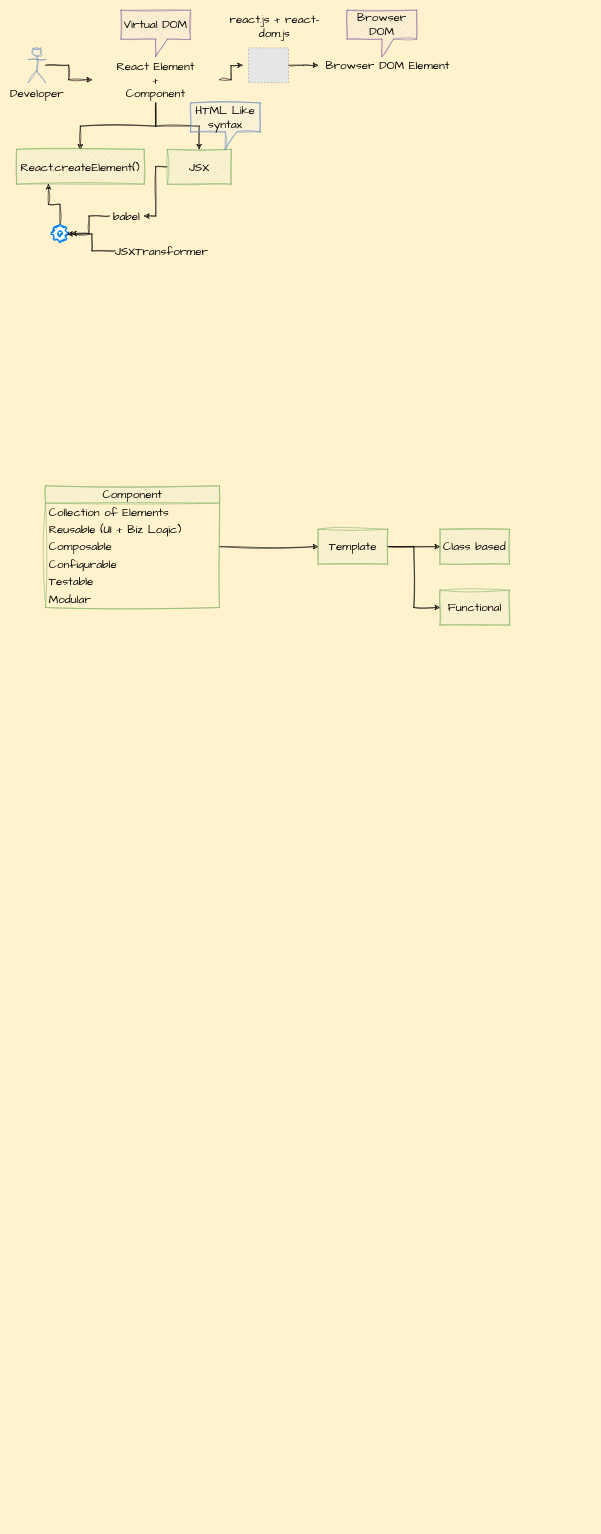
Above: Supporting Docs/React_Synechron_July23.drawio in SumeetWajpe/Synechron_React_July_2023 (draw.io), before the change. Source tidied: cells renumbered, new cells numbered last; positions are measured from the earlier drawing's top-left corner, leaving out a move shared by most shapes. Both pictures are drawn from the tidied source at 58%, with x=0, y=0 at pixel (16, 10). Pictures stored in the file or linked from it are replaced by grey dashed boxes.
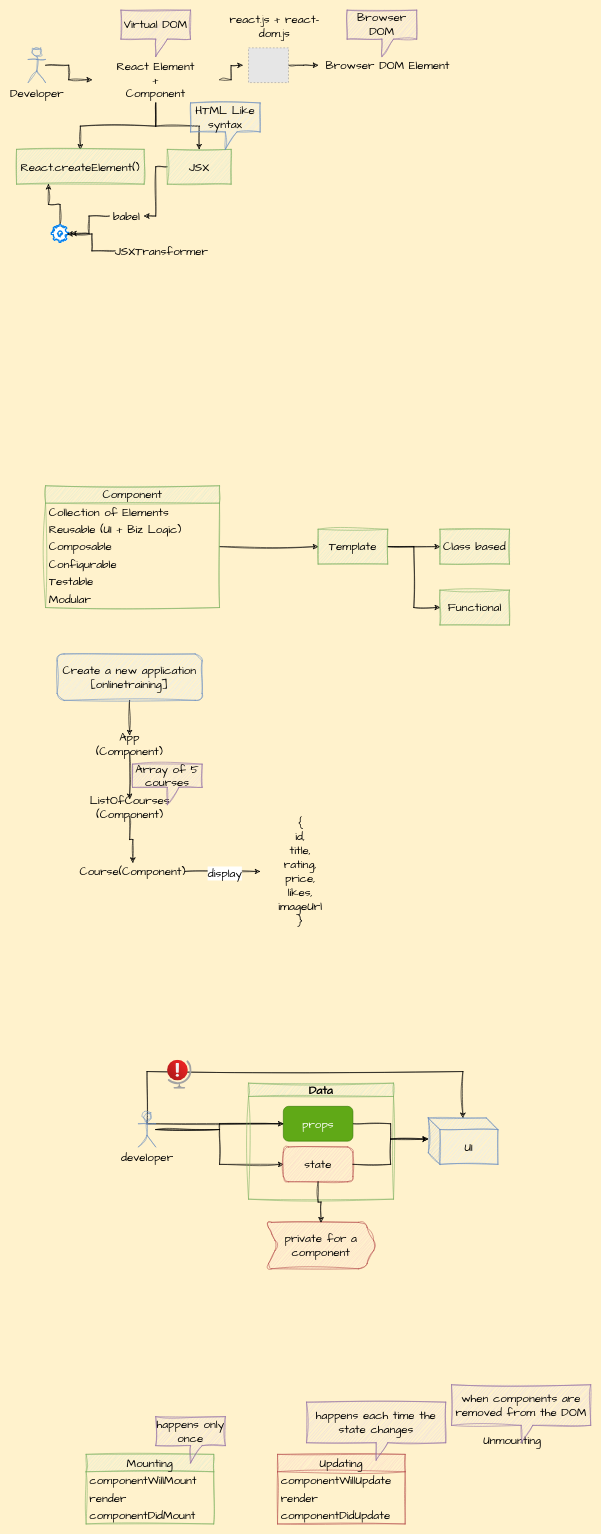
The same diagram, later.

What changed in the source:
```diff
@@
+    <mxCell id="37" style="edgeStyle=orthogonalEdgeStyle;rounded=0;sketch=1;hachureGap=4;jiggle=2;curveFitting=1;jettySize=auto;html=1;fontFamily=Architects Daughter;fontSize=16;" parent="1" edge="1" source="38" target="40">
+      <mxGeometry relative="1" as="geometry" />
+    </mxCell>
+    <mxCell id="38" value="Create a new application [onlinetraining]" style="rounded=1;whiteSpace=wrap;html=1;sketch=1;hachureGap=4;jiggle=2;curveFitting=1;fontFamily=Architects Daughter;fontSize=20;fillColor=#dae8fc;strokeColor=#6c8ebf;" parent="1" vertex="1">
+      <mxGeometry x="70" y="1110" width="250" height="80" as="geometry" />
+    </mxCell>
+    <mxCell id="39" style="edgeStyle=orthogonalEdgeStyle;rounded=0;sketch=1;hachureGap=4;jiggle=2;curveFitting=1;jettySize=auto;html=1;fontFamily=Architects Daughter;fontSize=16;" parent="1" edge="1" source="40" target="42">
+      <mxGeometry relative="1" as="geometry" />
+    </mxCell>
+    <mxCell id="40" value="App (Component)" style="text;html=1;strokeColor=none;fillColor=none;align=center;verticalAlign=middle;whiteSpace=wrap;rounded=0;fontSize=20;fontFamily=Architects Daughter;" parent="1" vertex="1">
+      <mxGeometry x="165" y="1250" width="60" height="30" as="geometry" />
+    </mxCell>
+    <mxCell id="41" style="edgeStyle=orthogonalEdgeStyle;rounded=0;sketch=1;hachureGap=4;jiggle=2;curveFitting=1;jettySize=auto;html=1;fontFamily=Architects Daughter;fontSize=16;" parent="1" edge="1" source="42" target="46">
+      <mxGeometry relative="1" as="geometry" />
+    </mxCell>
+    <mxCell id="42" value="ListOfCourses (Component)" style="text;html=1;strokeColor=none;fillColor=none;align=center;verticalAlign=middle;whiteSpace=wrap;rounded=0;fontSize=20;fontFamily=Architects Daughter;" parent="1" vertex="1">
+      <mxGeometry x="162.5" y="1360" width="65" height="30" as="geometry" />
+    </mxCell>
+    <mxCell id="43" value="Array of 5 courses" style="shape=callout;whiteSpace=wrap;html=1;perimeter=calloutPerimeter;sketch=1;hachureGap=4;jiggle=2;curveFitting=1;fontFamily=Architects Daughter;fontSize=20;fillColor=#e1d5e7;strokeColor=#9673a6;" parent="1" vertex="1">
+      <mxGeometry x="200" y="1300" width="120" height="70" as="geometry" />
+    </mxCell>
+    <mxCell id="44" style="edgeStyle=orthogonalEdgeStyle;rounded=0;sketch=1;hachureGap=4;jiggle=2;curveFitting=1;jettySize=auto;html=1;fontFamily=Architects Daughter;fontSize=16;" parent="1" edge="1" source="46" target="47">
+      <mxGeometry relative="1" as="geometry" />
+    </mxCell>
+    <mxCell id="45" value="display" style="edgeLabel;html=1;align=center;verticalAlign=middle;fontSize=20;fontFamily=Architects Daughter;" parent="44" vertex="1">
+      <mxGeometry x="0.05" y="-2" relative="1" as="geometry" />
+    </mxCell>
+    <mxCell id="46" value="Course(Component)" style="text;html=1;strokeColor=none;fillColor=none;align=center;verticalAlign=middle;whiteSpace=wrap;rounded=0;fontSize=20;fontFamily=Architects Daughter;" parent="1" vertex="1">
+      <mxGeometry x="111.2" y="1470" width="178.8" height="30" as="geometry" />
+    </mxCell>
+    <mxCell id="47" value="{&lt;br&gt;id,&lt;br&gt;title,&lt;br&gt;rating,&lt;br&gt;price,&lt;br&gt;likes,&lt;br&gt;imageUrl&lt;br&gt;}" style="text;html=1;strokeColor=none;fillColor=none;align=center;verticalAlign=middle;whiteSpace=wrap;rounded=0;fontSize=20;fontFamily=Architects Daughter;" parent="1" vertex="1">
+      <mxGeometry x="420" y="1410" width="138.8" height="150" as="geometry" />
+    </mxCell>
+    <mxCell id="48" style="edgeStyle=orthogonalEdgeStyle;rounded=0;sketch=1;hachureGap=4;jiggle=2;curveFitting=1;jettySize=auto;html=1;fontFamily=Architects Daughter;fontSize=16;" parent="1" edge="1" source="51" target="57">
+      <mxGeometry relative="1" as="geometry" />
+    </mxCell>
+    <mxCell id="49" style="edgeStyle=orthogonalEdgeStyle;rounded=0;sketch=1;hachureGap=4;jiggle=2;curveFitting=1;jettySize=auto;html=1;entryX=0;entryY=0.5;entryDx=0;entryDy=0;fontFamily=Architects Daughter;fontSize=16;" parent="1" edge="1" source="51" target="53">
+      <mxGeometry relative="1" as="geometry" />
+    </mxCell>
+    <mxCell id="50" style="edgeStyle=orthogonalEdgeStyle;rounded=0;sketch=1;hachureGap=4;jiggle=2;curveFitting=1;jettySize=auto;html=1;entryX=0.497;entryY=-0.001;entryDx=0;entryDy=0;entryPerimeter=0;fontFamily=Architects Daughter;fontSize=16;" parent="1" edge="1" source="57" target="54">
+      <mxGeometry relative="1" as="geometry">
+        <Array as="points">
+          <mxPoint x="225" y="1920" />
+          <mxPoint x="225" y="1830" />
+          <mxPoint x="770" y="1830" />
+        </Array>
+      </mxGeometry>
+    </mxCell>
+    <mxCell id="51" value="developer" style="shape=umlActor;verticalLabelPosition=bottom;verticalAlign=top;html=1;outlineConnect=0;sketch=1;hachureGap=4;jiggle=2;curveFitting=1;fontFamily=Architects Daughter;fontSize=20;fillColor=#dae8fc;strokeColor=#6c8ebf;" parent="1" vertex="1">
+      <mxGeometry x="210" y="1900" width="30" height="60" as="geometry" />
+    </mxCell>
+    <mxCell id="52" value="Data" style="swimlane;whiteSpace=wrap;html=1;sketch=1;hachureGap=4;jiggle=2;curveFitting=1;fontFamily=Architects Daughter;fontSize=20;fillColor=#d5e8d4;strokeColor=#82b366;" parent="1" vertex="1">
+      <mxGeometry x="400" y="1850" width="250" height="200" as="geometry" />
+    </mxCell>
+    <mxCell id="53" value="state" style="rounded=1;whiteSpace=wrap;html=1;sketch=1;hachureGap=4;jiggle=2;curveFitting=1;fontFamily=Architects Daughter;fontSize=20;fillColor=#f8cecc;strokeColor=#b85450;" parent="52" vertex="1">
+      <mxGeometry x="60" y="110" width="120" height="60" as="geometry" />
+    </mxCell>
+    <mxCell id="54" value="UI" style="shape=cube;whiteSpace=wrap;html=1;boundedLbl=1;backgroundOutline=1;darkOpacity=0.05;darkOpacity2=0.1;sketch=1;hachureGap=4;jiggle=2;curveFitting=1;fontFamily=Architects Daughter;fontSize=20;fillColor=#dae8fc;strokeColor=#6c8ebf;" parent="1" vertex="1">
+      <mxGeometry x="710" y="1910" width="120" height="80" as="geometry" />
+    </mxCell>
+    <mxCell id="55" style="edgeStyle=orthogonalEdgeStyle;rounded=0;sketch=1;hachureGap=4;jiggle=2;curveFitting=1;jettySize=auto;html=1;entryX=-0.009;entryY=0.46;entryDx=0;entryDy=0;entryPerimeter=0;fontFamily=Architects Daughter;fontSize=16;" parent="1" edge="1" source="57" target="54">
+      <mxGeometry relative="1" as="geometry" />
+    </mxCell>
+    <mxCell id="56" style="edgeStyle=orthogonalEdgeStyle;rounded=0;sketch=1;hachureGap=4;jiggle=2;curveFitting=1;jettySize=auto;html=1;entryX=-0.003;entryY=0.451;entryDx=0;entryDy=0;entryPerimeter=0;fontFamily=Architects Daughter;fontSize=16;" parent="1" edge="1" source="53" target="54">
+      <mxGeometry relative="1" as="geometry" />
+    </mxCell>
+    <mxCell id="57" value="props" style="rounded=1;whiteSpace=wrap;html=1;hachureGap=4;fontFamily=Architects Daughter;fontSize=20;fillColor=#60a917;strokeColor=#2D7600;fontColor=#ffffff;" parent="1" vertex="1">
+      <mxGeometry x="460" y="1890" width="120" height="60" as="geometry" />
+    </mxCell>
+    <mxCell id="58" style="image;html=1;align=center;fontSize=12;image=img/lib/azure2/general/Globe_Error.svg;sketch=1;hachureGap=4;jiggle=2;curveFitting=1;fontFamily=Architects Daughter;" parent="1" vertex="1">
+      <mxGeometry x="260" y="1810" width="42.4" height="50" as="geometry" />
+    </mxCell>
+    <mxCell id="59" value="private for a component" style="shape=step;perimeter=stepPerimeter;whiteSpace=wrap;html=1;fixedSize=1;fontSize=20;fontFamily=Architects Daughter;fillColor=#f8cecc;strokeColor=#b85450;rounded=1;sketch=1;hachureGap=4;jiggle=2;curveFitting=1;" parent="1" vertex="1">
+      <mxGeometry x="430" y="2090" width="190" height="80" as="geometry" />
+    </mxCell>
+    <mxCell id="60" style="edgeStyle=orthogonalEdgeStyle;rounded=0;sketch=1;hachureGap=4;jiggle=2;curveFitting=1;jettySize=auto;html=1;fontFamily=Architects Daughter;fontSize=16;" parent="1" edge="1" source="53" target="59">
+      <mxGeometry relative="1" as="geometry" />
+    </mxCell>
+    <mxCell id="61" value="Unmounting" style="text;html=1;strokeColor=none;fillColor=none;align=center;verticalAlign=middle;whiteSpace=wrap;rounded=0;fontSize=20;fontFamily=Architects Daughter;" parent="1" vertex="1">
+      <mxGeometry x="790" y="2450" width="130" height="30" as="geometry" />
+    </mxCell>
+    <mxCell id="62" value="Mounting" style="swimlane;fontStyle=0;horizontal=1;startSize=30;whiteSpace=wrap;html=1;sketch=1;hachureGap=4;jiggle=2;curveFitting=1;fontFamily=Architects Daughter;fontSize=20;fillColor=#d5e8d4;strokeColor=#82b366;" parent="1" vertex="1">
+      <mxGeometry x="120" y="2490" width="220" height="120" as="geometry" />
+    </mxCell>
+    <mxCell id="63" value="componentWillMount" style="text;strokeColor=none;fillColor=none;align=left;verticalAlign=middle;spacingLeft=4;spacingRight=4;overflow=hidden;whiteSpace=wrap;html=1;fontSize=20;fontFamily=Architects Daughter;" parent="62" vertex="1">
+      <mxGeometry y="30" width="220" height="30" as="geometry" />
+    </mxCell>
+    <mxCell id="64" value="render" style="text;strokeColor=none;fillColor=none;align=left;verticalAlign=middle;spacingLeft=4;spacingRight=4;overflow=hidden;whiteSpace=wrap;html=1;fontSize=20;fontFamily=Architects Daughter;" parent="62" vertex="1">
+      <mxGeometry y="60" width="220" height="30" as="geometry" />
+    </mxCell>
+    <mxCell id="65" value="componentDidMount" style="text;strokeColor=none;fillColor=none;align=left;verticalAlign=middle;spacingLeft=4;spacingRight=4;overflow=hidden;whiteSpace=wrap;html=1;fontSize=20;fontFamily=Architects Daughter;" parent="62" vertex="1">
+      <mxGeometry y="90" width="220" height="30" as="geometry" />
+    </mxCell>
+    <mxCell id="66" value="Updating" style="swimlane;fontStyle=0;horizontal=1;startSize=30;whiteSpace=wrap;html=1;sketch=1;hachureGap=4;jiggle=2;curveFitting=1;fontFamily=Architects Daughter;fontSize=20;fillColor=#f8cecc;strokeColor=#b85450;" parent="1" vertex="1">
+      <mxGeometry x="450" y="2490" width="220" height="120" as="geometry" />
+    </mxCell>
+    <mxCell id="67" value="componentWillUpdate" style="text;strokeColor=none;fillColor=none;align=left;verticalAlign=middle;spacingLeft=4;spacingRight=4;overflow=hidden;whiteSpace=wrap;html=1;fontSize=20;fontFamily=Architects Daughter;" parent="66" vertex="1">
+      <mxGeometry y="30" width="220" height="30" as="geometry" />
+    </mxCell>
+    <mxCell id="68" value="render" style="text;strokeColor=none;fillColor=none;align=left;verticalAlign=middle;spacingLeft=4;spacingRight=4;overflow=hidden;whiteSpace=wrap;html=1;fontSize=20;fontFamily=Architects Daughter;" parent="66" vertex="1">
+      <mxGeometry y="60" width="220" height="30" as="geometry" />
+    </mxCell>
+    <mxCell id="69" value="componentDidUpdate" style="text;strokeColor=none;fillColor=none;align=left;verticalAlign=middle;spacingLeft=4;spacingRight=4;overflow=hidden;whiteSpace=wrap;html=1;fontSize=20;fontFamily=Architects Daughter;" parent="66" vertex="1">
+      <mxGeometry y="90" width="220" height="30" as="geometry" />
+    </mxCell>
+    <mxCell id="70" value="happens only once" style="shape=callout;whiteSpace=wrap;html=1;perimeter=calloutPerimeter;sketch=1;hachureGap=4;jiggle=2;curveFitting=1;fontFamily=Architects Daughter;fontSize=20;fillColor=#e1d5e7;strokeColor=#9673a6;" parent="1" vertex="1">
+      <mxGeometry x="240" y="2425" width="120" height="80" as="geometry" />
+    </mxCell>
+    <mxCell id="71" value="happens each time the state changes" style="shape=callout;whiteSpace=wrap;html=1;perimeter=calloutPerimeter;sketch=1;hachureGap=4;jiggle=2;curveFitting=1;fontFamily=Architects Daughter;fontSize=20;fillColor=#e1d5e7;strokeColor=#9673a6;" parent="1" vertex="1">
+      <mxGeometry x="500" y="2400" width="240" height="100" as="geometry" />
+    </mxCell>
+    <mxCell id="72" value="when components are removed from the DOM" style="shape=callout;whiteSpace=wrap;html=1;perimeter=calloutPerimeter;sketch=1;hachureGap=4;jiggle=2;curveFitting=1;fontFamily=Architects Daughter;fontSize=20;fillColor=#e1d5e7;strokeColor=#9673a6;" parent="1" vertex="1">
+      <mxGeometry x="750" y="2370" width="240" height="100" as="geometry" />
+    </mxCell>
```
